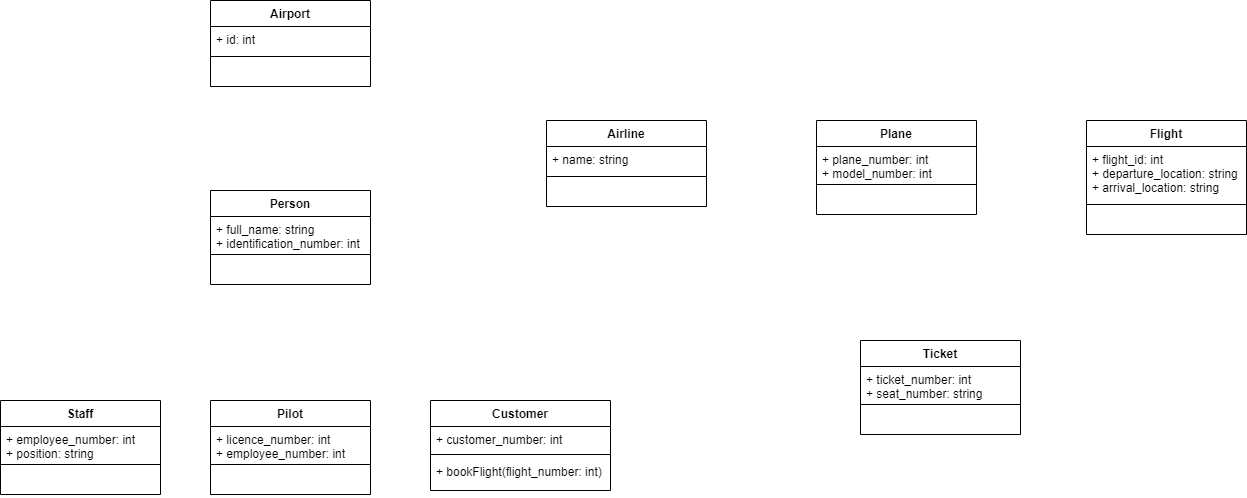
Earlier version of the draw.io export UML Examples/North American Airports System/North American Airports System Class Diagram.png (smitbmx/Architecture-Diagrams). Source tidied: cells renumbered, new cells last; positions are measured from the earlier drawing's top-left corner, leaving out a move shared by most shapes.
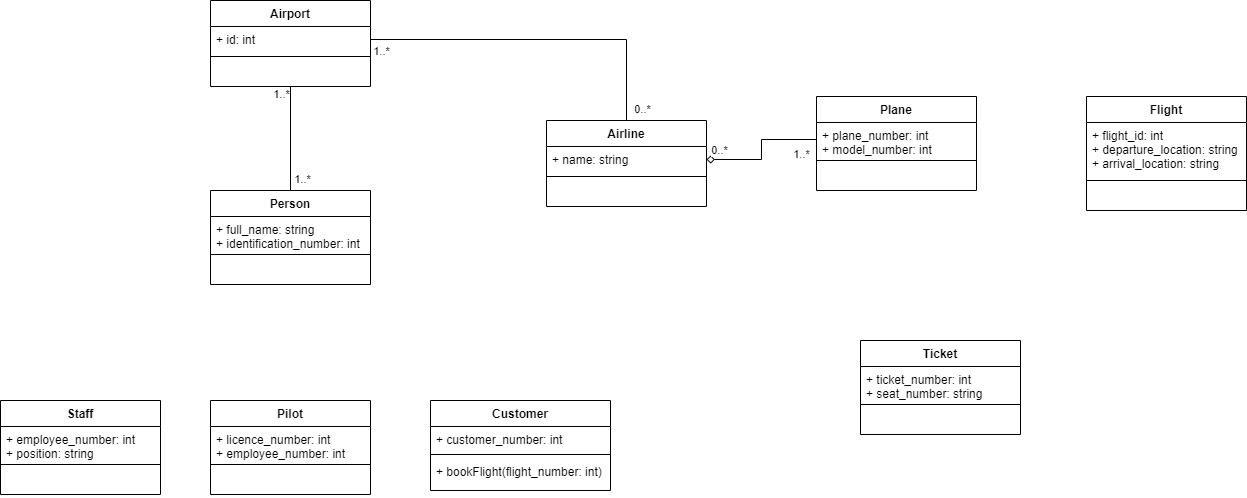
Above is the later version.

The edit, as a diff of the source:
```diff
@@ -27,7 +27,7 @@
       <mxGeometry y="60" width="160" height="26" as="geometry" />
     </mxCell>
     <mxCell id="10" value="Plane" style="swimlane;fontStyle=1;align=center;verticalAlign=top;horizontal=1;startSize=26;" parent="1" vertex="1">
-      <mxGeometry x="816" y="120" width="160" height="94" as="geometry" />
+      <mxGeometry x="816" y="96" width="160" height="94" as="geometry" />
     </mxCell>
     <mxCell id="11" value="+ plane_number: int&#10;+ model_number: int" style="text;strokeColor=none;fillColor=none;align=left;verticalAlign=top;spacingLeft=4;spacingRight=4;overflow=hidden;points=[[0,0.5],[1,0.5]];portConstraint=eastwest;" parent="10" vertex="1">
       <mxGeometry y="26" width="160" height="34" as="geometry" />
@@ -39,7 +39,7 @@
       <mxGeometry y="68" width="160" height="26" as="geometry" />
     </mxCell>
     <mxCell id="14" value="Flight" style="swimlane;fontStyle=1;align=center;verticalAlign=top;horizontal=1;startSize=26;" parent="1" vertex="1">
-      <mxGeometry x="1086" y="120" width="160" height="114" as="geometry" />
+      <mxGeometry x="1086" y="96" width="160" height="114" as="geometry" />
     </mxCell>
     <mxCell id="15" value="+ flight_id: int&#10;+ departure_location: string&#10;+ arrival_location: string" style="text;strokeColor=none;fillColor=none;align=left;verticalAlign=top;spacingLeft=4;spacingRight=4;overflow=hidden;" parent="14" vertex="1">
       <mxGeometry y="26" width="160" height="54" as="geometry" />
@@ -110,5 +110,40 @@
     <mxCell id="37" value=" " style="text;strokeColor=none;fillColor=none;align=left;verticalAlign=top;spacingLeft=4;spacingRight=4;overflow=hidden;" parent="34" vertex="1">
       <mxGeometry y="68" width="160" height="26" as="geometry" />
     </mxCell>
+    <mxCell id="38" style="endArrow=none;html=1;exitX=0.5;exitY=0;exitDx=0;exitDy=0;" parent="1" edge="1" source="22" target="5">
+      <mxGeometry relative="1" as="geometry" />
+    </mxCell>
+    <mxCell id="39" value="1..*" style="edgeLabel;html=1;align=center;verticalAlign=middle;" parent="38" vertex="1">
+      <mxGeometry x="0.86" relative="1" as="geometry">
+        <mxPoint x="-10" as="offset" />
+      </mxGeometry>
+    </mxCell>
+    <mxCell id="40" value="1..*" style="edgeLabel;html=1;align=center;verticalAlign=middle;" parent="1" vertex="1">
+      <mxGeometry x="290" y="103.3" as="geometry">
+        <mxPoint x="11" y="75" as="offset" />
+      </mxGeometry>
+    </mxCell>
+    <mxCell id="41" style="endArrow=none;html=1;entryX=0.5;entryY=0;entryDx=0;entryDy=0;exitX=1;exitY=0.5;exitDx=0;exitDy=0;rounded=0;edgeStyle=orthogonalEdgeStyle;" parent="1" edge="1" source="3" target="6">
+      <mxGeometry relative="1" as="geometry" />
+    </mxCell>
+    <mxCell id="42" value="1..*" style="edgeLabel;html=1;align=center;verticalAlign=middle;" parent="1" vertex="1">
+      <mxGeometry x="380" y="50" as="geometry" />
+    </mxCell>
+    <mxCell id="43" value="0..*" style="edgeLabel;html=1;align=center;verticalAlign=middle;" parent="1" vertex="1">
+      <mxGeometry x="640" y="110" as="geometry">
+        <mxPoint x="1" y="-2" as="offset" />
+      </mxGeometry>
+    </mxCell>
+    <mxCell id="44" style="endArrow=none;html=1;entryX=0;entryY=0.5;entryDx=0;entryDy=0;exitX=1;exitY=0.5;exitDx=0;exitDy=0;edgeStyle=orthogonalEdgeStyle;rounded=0;startArrow=diamond;startFill=0;strokeWidth=1;" parent="1" edge="1" source="7" target="11">
+      <mxGeometry relative="1" as="geometry" />
+    </mxCell>
+    <mxCell id="45" value="0..*" style="edgeLabel;html=1;align=center;verticalAlign=middle;" parent="44" vertex="1">
+      <mxGeometry x="-0.82" y="2" relative="1" as="geometry">
+        <mxPoint y="-8" as="offset" />
+      </mxGeometry>
+    </mxCell>
+    <mxCell id="46" value="1..*" style="edgeLabel;html=1;align=center;verticalAlign=middle;" parent="1" vertex="1">
+      <mxGeometry x="800" y="153" as="geometry" />
+    </mxCell>
   </root>
 </mxGraphModel>
```
